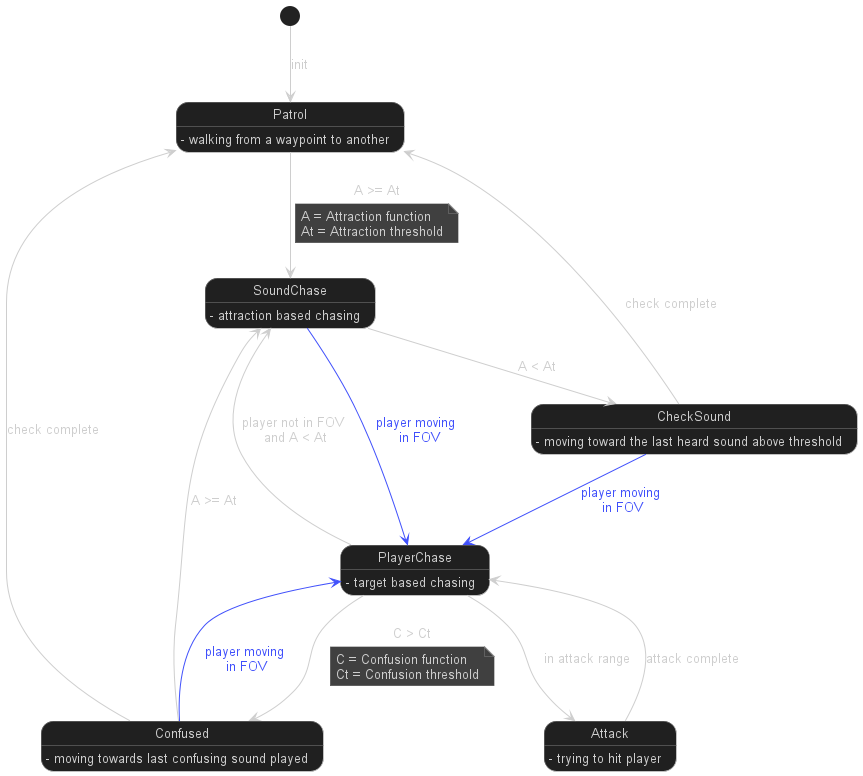
slaitroc/EchoCity keeps this PlantUML diagram as EchoCity-Game/Assets/Scripts/Enemies/enemy-state-machine.png. Above is the earlier version.
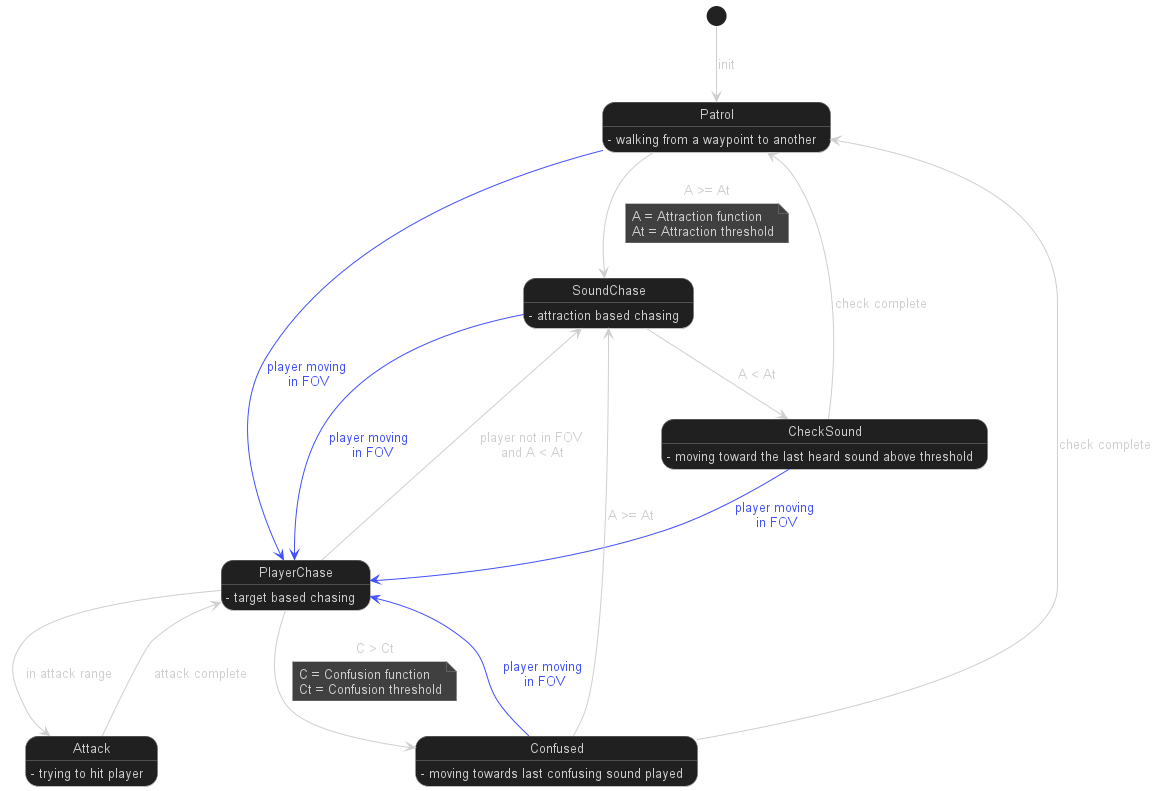
The same file after the commit.

Commit message:
docs(enemy fsm): Patrol to PlayerChase when moving in FOV

Diff of the diagram source:
```diff
@@ -30,6 +30,8 @@
     A = Attraction function
     At = Attraction threshold
 end note
+Patrol -[#4050fbff]-> PlayerChase : <color:#4050fbff>player moving\n<color:#4050fbff> in FOV
+
 
 CheckSound : - moving toward the last heard sound above threshold
 
```
